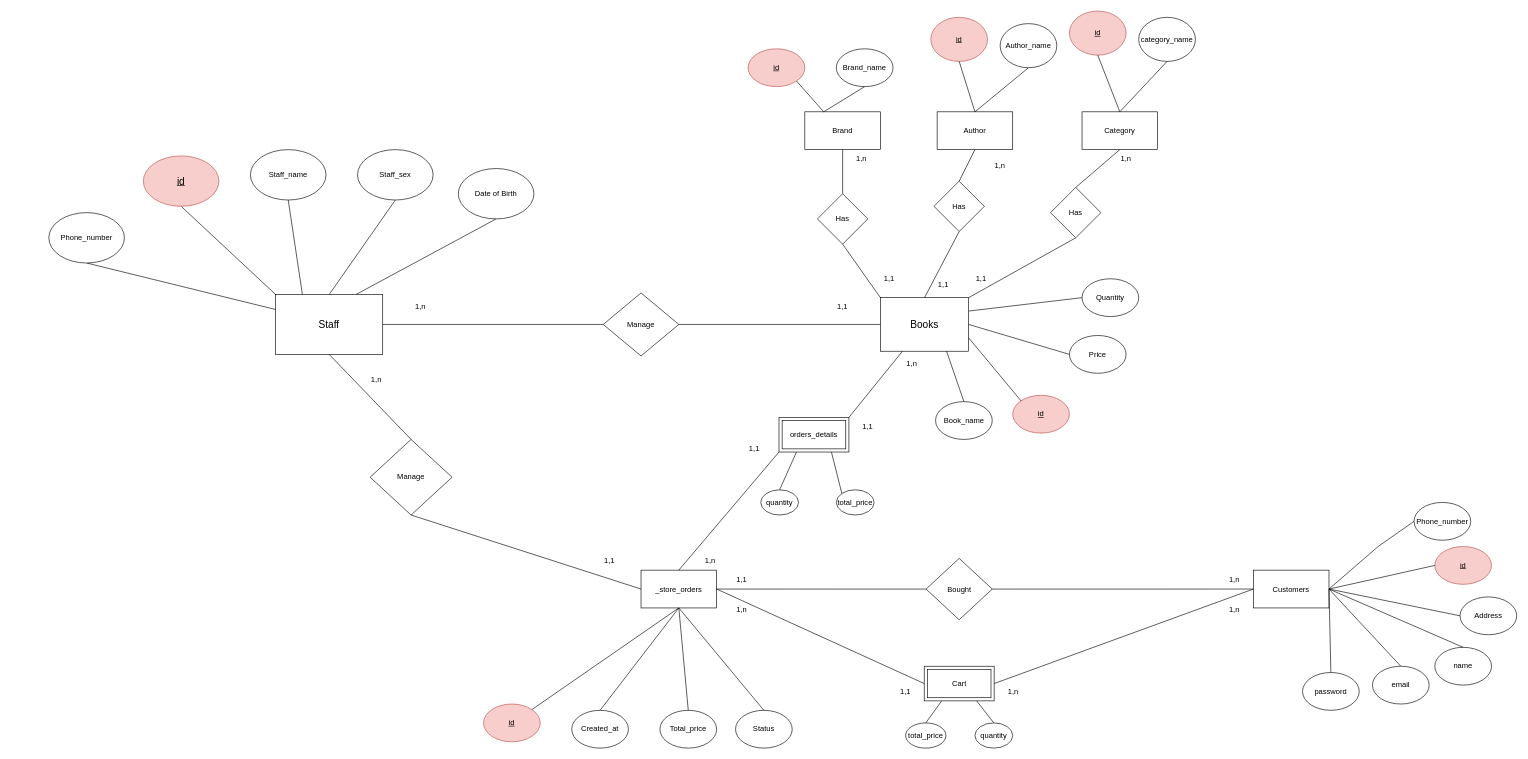
This is Bookprj.drawio from khanh8603/khanh8603, a draw.io file, before an edit. Source tidied: cells renumbered, new cells numbered last; positions are measured from the earlier drawing's top-left corner, leaving out a move shared by most shapes. Both pictures are drawn from the tidied source at 63%, with x=0, y=0 at pixel (49, 11).
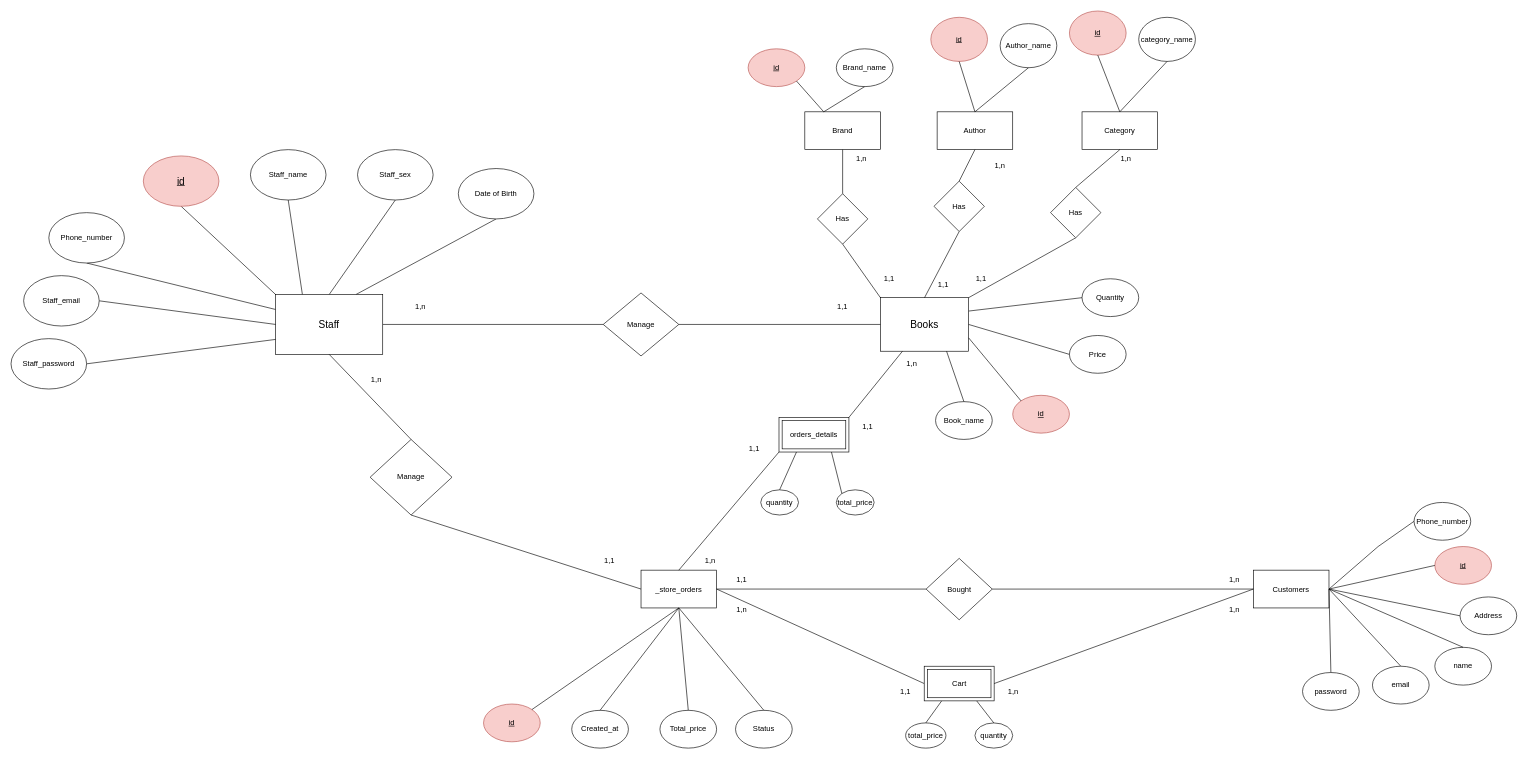
After the change.

Commit message:
Cập nhật Bookprj.drawio

The change refers to these unchanged cells:
```xml
<mxCell id="97" value="&lt;font style=&quot;font-size: 16px;&quot;&gt;Staff&lt;/font&gt;" style="rounded=0;whiteSpace=wrap;html=1;" parent="1" vertex="1">
  <mxGeometry x="360" y="450" width="170" height="95" as="geometry" />
</mxCell>
```

What changed in the source:
```diff
@@
+    <mxCell id="111" style="rounded=0;jettySize=auto;html=1;exitX=0;exitY=0.5;exitDx=0;exitDy=0;endArrow=none;endFill=0;entryX=1;entryY=0.5;entryDx=0;entryDy=0;" parent="1" edge="1" source="97" target="114">
+      <mxGeometry relative="1" as="geometry" />
+    </mxCell>
+    <mxCell id="112" style="rounded=0;jettySize=auto;html=1;exitX=0;exitY=0.75;exitDx=0;exitDy=0;entryX=1;entryY=0.5;entryDx=0;entryDy=0;endArrow=none;endFill=0;" parent="1" edge="1" source="97" target="113">
+      <mxGeometry relative="1" as="geometry" />
+    </mxCell>
+    <mxCell id="113" value="Staff_password" style="ellipse;whiteSpace=wrap;html=1;" parent="1" vertex="1">
+      <mxGeometry x="-60" y="520" width="120" height="80" as="geometry" />
+    </mxCell>
+    <mxCell id="114" value="Staff_email" style="ellipse;whiteSpace=wrap;html=1;" parent="1" vertex="1">
+      <mxGeometry x="-40" y="420" width="120" height="80" as="geometry" />
+    </mxCell>
```
